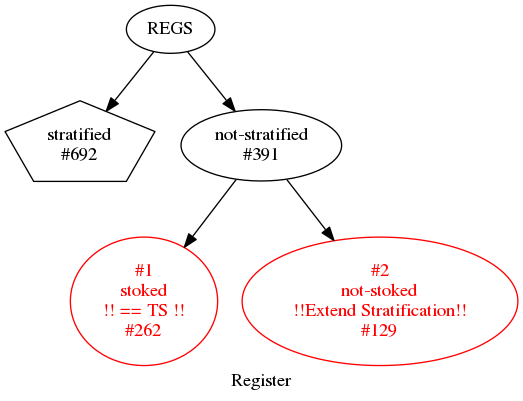
kframework/X86-64-semantics keeps this Graphviz diagram as x86-semantics/docs/reports/Milestone3/register_support_status.png. Above is the earlier version. Its source is kept beside it as x86-semantics/docs/reports/Milestone3/register_support_status.dot.
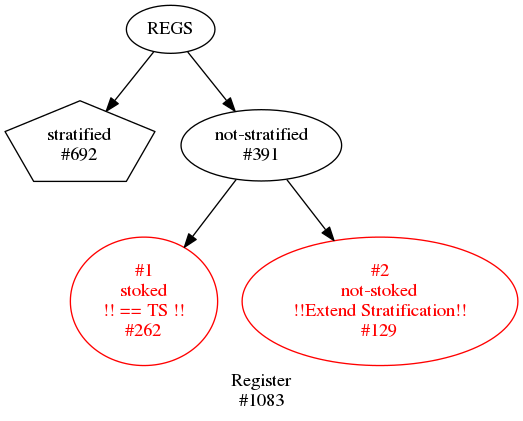
The same file after the commit.

Commit message:
https://github.com/sdasgup3/binary-decompilation/issues/70: testing before porting

Change to the diagram source:
```diff
@@ -1,7 +1,7 @@
 digraph instr_supprt {
 
 
-    label =  "Register"
+    label =  "Register\n#1083"
     style=filled;
     color = cadetblue1;
 
```
